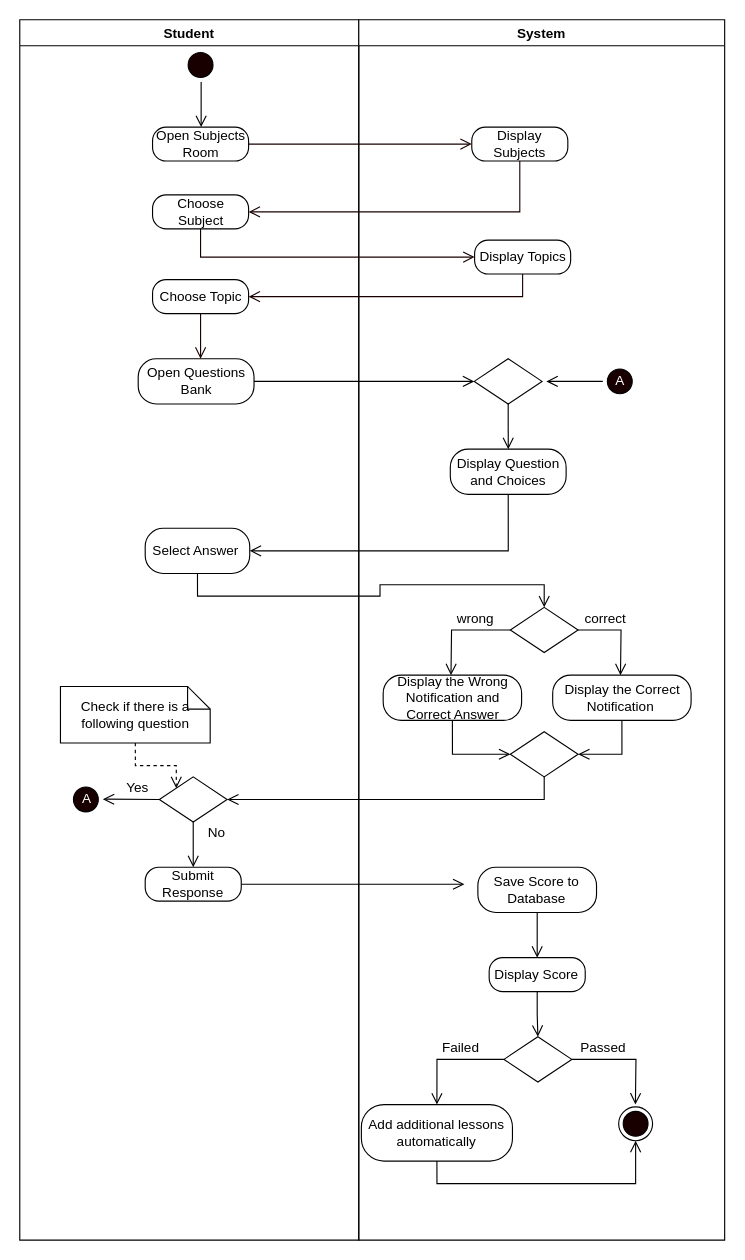
Earlier version of the draw.io diagram page "Assessment Questions" (3 of 10) of REVISIONS 5-30-2021/UML-DIAGRAMS/5-29-2021 Diagrams.drawio (mrklglsn/CAPSTONE-FILES). Source tidied: cells renumbered, new cells numbered last; positions are measured from the earlier drawing's top-left corner, leaving out a move shared by most shapes. Both pictures are drawn from the tidied source at 113%, with x=0, y=0 at pixel (19, 19).
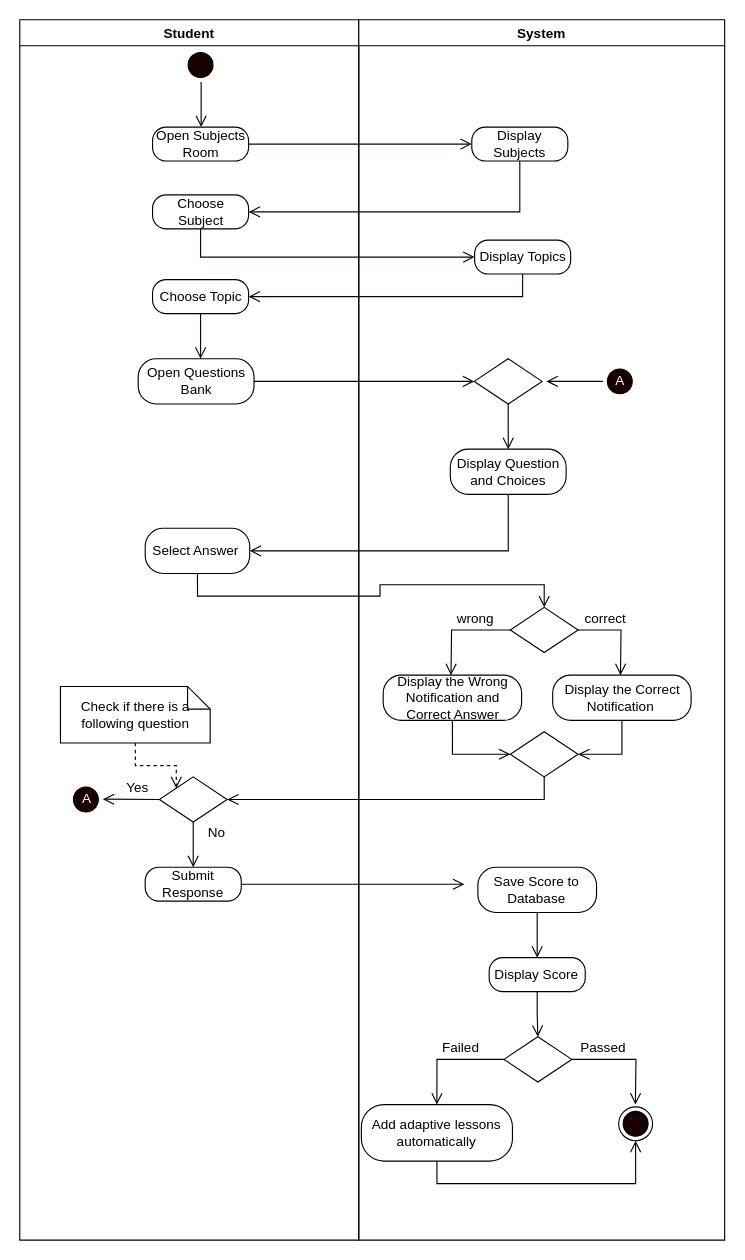
Above is the later version.

Unchanged cells that the change refers to:
```xml
<mxCell id="17" value="System" style="swimlane;" parent="1" vertex="1">
  <mxGeometry x="300" width="323.8" height="1080" as="geometry" />
</mxCell>
```

Diff of the diagram source:
```diff
@@
-    <mxCell id="34" value="Add additional lessons automatically" style="rounded=1;whiteSpace=wrap;html=1;arcSize=40;" parent="17" vertex="1">
+    <mxCell id="34" value="Add adaptive lessons automatically" style="rounded=1;whiteSpace=wrap;html=1;arcSize=40;" parent="17" vertex="1">
       <mxGeometry x="2.3" y="960" width="133.7" height="50" as="geometry" />
     </mxCell>
```
